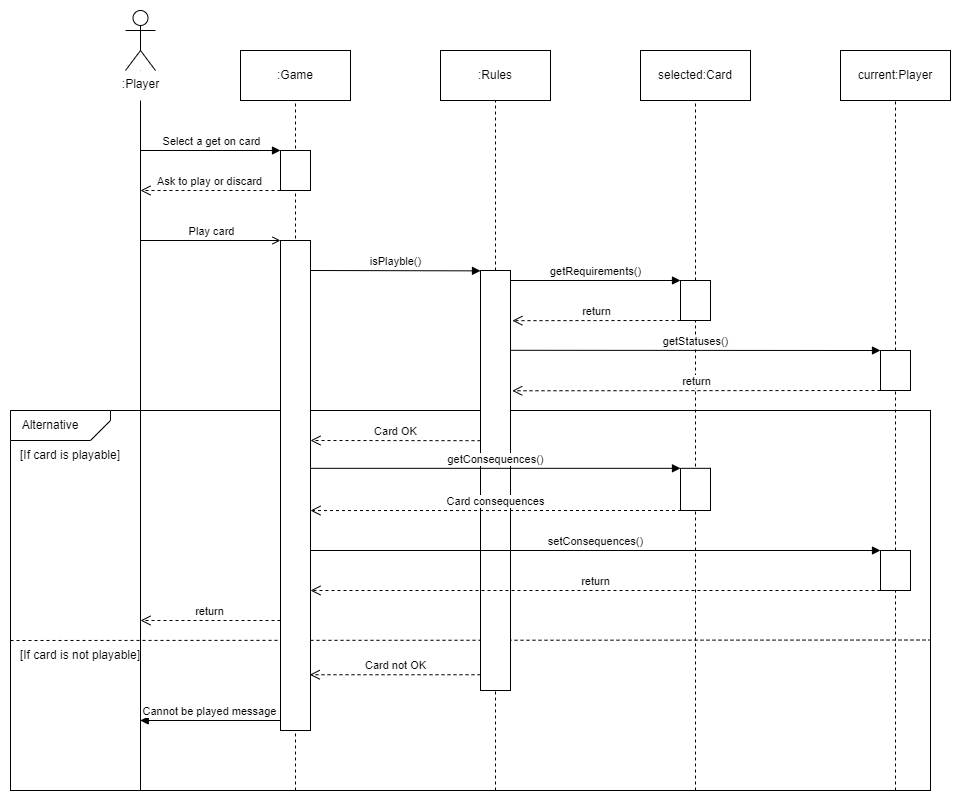
gabrieletijunaityte/GetOnGame keeps this draw.io diagram as GetOn/documentation/SequenceDiagram/PlayGetOnCard_SequenceDiagram.png. Above is the earlier version. Source tidied: cells renumbered, new cells last; positions are measured from the earlier drawing's top-left corner, leaving out a move shared by most shapes.
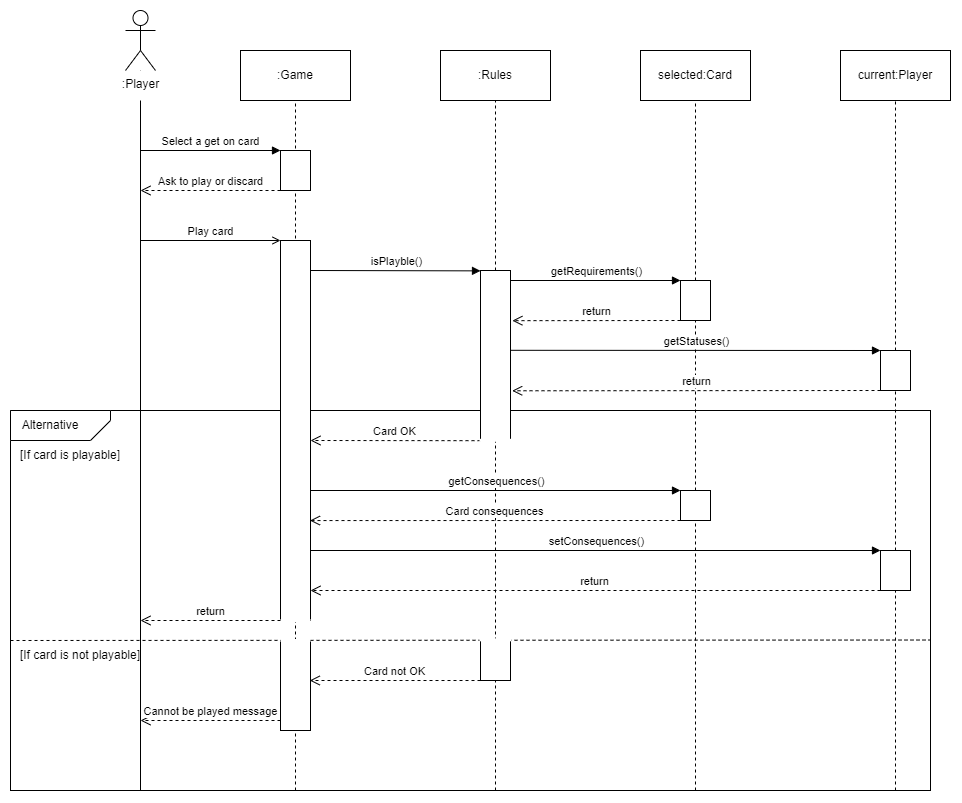
The same diagram one commit later.

Commit message:
YM LM changed sequence diagram of the GetOn card.

Diff of the diagram source:
```diff
@@ -5,9 +5,10 @@
     <mxCell id="2" style="rounded=0;whiteSpace=wrap;html=1;" parent="1" vertex="1">
       <mxGeometry y="400" width="920" height="380" as="geometry" />
     </mxCell>
-    <mxCell id="3" style="endArrow=none;dashed=1;html=1;rounded=0;exitX=0;exitY=0.5;exitDx=0;exitDy=0;entryX=0.999;entryY=0.604;entryDx=0;entryDy=0;entryPerimeter=0;" parent="1" edge="1" target="2">
+    <mxCell id="3" style="endArrow=none;dashed=1;html=1;rounded=0;exitX=0;exitY=0.5;exitDx=0;exitDy=0;entryX=0.999;entryY=0.604;entryDx=0;entryDy=0;entryPerimeter=0;" parent="1" edge="1">
       <mxGeometry relative="1" as="geometry">
         <mxPoint y="630" as="sourcePoint" />
+        <mxPoint x="919.1" y="629.5" as="targetPoint" />
       </mxGeometry>
     </mxCell>
     <mxCell id="4" style="endArrow=none;html=1;rounded=0;" parent="1" edge="1" source="6">
@@ -61,7 +62,7 @@
       </mxGeometry>
     </mxCell>
     <mxCell id="16" style="rounded=0;whiteSpace=wrap;html=1;" parent="1" vertex="1">
-      <mxGeometry x="270" y="230" width="30" height="490" as="geometry" />
+      <mxGeometry x="270" y="230" width="30" height="380" as="geometry" />
     </mxCell>
     <mxCell id="17" style="verticalLabelPosition=bottom;verticalAlign=top;html=1;shape=card;whiteSpace=wrap;size=20;arcSize=12;rotation=-180;" parent="1" vertex="1">
       <mxGeometry y="400" width="100" height="30" as="geometry" />
@@ -75,7 +76,7 @@
       </mxGeometry>
     </mxCell>
     <mxCell id="20" style="rounded=0;whiteSpace=wrap;html=1;" parent="1" vertex="1">
-      <mxGeometry x="470" y="260" width="30" height="420" as="geometry" />
+      <mxGeometry x="470" y="260" width="30" height="170" as="geometry" />
     </mxCell>
     <mxCell id="21" value="isPlayble()" style="html=1;verticalAlign=bottom;endArrow=block;curved=0;rounded=0;entryX=0;entryY=0.5;entryDx=0;entryDy=0;" parent="1" edge="1">
       <mxGeometry relative="1" as="geometry">
@@ -118,11 +119,12 @@
       </mxGeometry>
     </mxCell>
     <mxCell id="30" style="rounded=0;whiteSpace=wrap;html=1;" parent="1" vertex="1">
-      <mxGeometry x="670" y="457.8" width="30" height="42.2" as="geometry" />
+      <mxGeometry x="670" y="480" width="30" height="30" as="geometry" />
     </mxCell>
-    <mxCell id="31" value="getConsequences()" style="html=1;verticalAlign=bottom;endArrow=block;curved=0;rounded=0;entryX=0;entryY=0;entryDx=0;entryDy=0;labelBackgroundColor=default;" parent="1" edge="1" target="30">
+    <mxCell id="31" value="getConsequences()" style="html=1;verticalAlign=bottom;endArrow=block;curved=0;rounded=0;entryX=0;entryY=0;entryDx=0;entryDy=0;labelBackgroundColor=default;" parent="1" edge="1">
       <mxGeometry relative="1" as="geometry">
-        <mxPoint x="300" y="457.8" as="sourcePoint" />
+        <mxPoint x="300" y="480" as="sourcePoint" />
+        <mxPoint x="670" y="480" as="targetPoint" />
       </mxGeometry>
     </mxCell>
     <mxCell id="32" value="setConsequences()" style="html=1;verticalAlign=bottom;endArrow=block;curved=0;rounded=0;entryX=0;entryY=0;entryDx=0;entryDy=0;" parent="1" edge="1" target="34">
@@ -140,8 +142,8 @@
     </mxCell>
     <mxCell id="35" value="Card consequences" style="html=1;verticalAlign=bottom;endArrow=open;dashed=1;endSize=8;curved=0;rounded=0;exitX=0;exitY=1;exitDx=0;exitDy=0;entryX=0.983;entryY=0.471;entryDx=0;entryDy=0;entryPerimeter=0;" parent="1" edge="1">
       <mxGeometry relative="1" as="geometry">
-        <mxPoint x="670.5" y="500" as="sourcePoint" />
-        <mxPoint x="300" y="500.1" as="targetPoint" />
+        <mxPoint x="670" y="510" as="sourcePoint" />
+        <mxPoint x="299.5" y="510.1" as="targetPoint" />
       </mxGeometry>
     </mxCell>
     <mxCell id="36" value="return" style="html=1;verticalAlign=bottom;endArrow=open;dashed=1;endSize=8;curved=0;rounded=0;exitX=0;exitY=1;exitDx=0;exitDy=0;" parent="1" edge="1">
@@ -161,16 +163,10 @@
     </mxCell>
     <mxCell id="39" value="Card not OK" style="html=1;verticalAlign=bottom;endArrow=open;dashed=1;endSize=8;curved=0;rounded=0;exitX=0;exitY=0.951;exitDx=0;exitDy=0;exitPerimeter=0;entryX=0.975;entryY=0.889;entryDx=0;entryDy=0;entryPerimeter=0;" parent="1" edge="1">
       <mxGeometry relative="1" as="geometry">
-        <mxPoint x="470" y="664.2" as="sourcePoint" />
-        <mxPoint x="299.2" y="664.2" as="targetPoint" />
+        <mxPoint x="470" y="670" as="sourcePoint" />
+        <mxPoint x="299.2" y="670" as="targetPoint" />
       </mxGeometry>
     </mxCell>
-    <mxCell id="40" value="Cannot be played message" style="html=1;verticalAlign=bottom;endArrow=block;curved=0;rounded=0;exitX=0.008;exitY=0.918;exitDx=0;exitDy=0;exitPerimeter=0;" parent="1" edge="1">
-      <mxGeometry relative="1" as="geometry">
-        <mxPoint x="270" y="710" as="sourcePoint" />
-        <mxPoint x="129.8" y="710" as="targetPoint" />
-      </mxGeometry>
-    </mxCell>
     <mxCell id="41" value="return" style="html=1;verticalAlign=bottom;endArrow=open;dashed=1;endSize=8;curved=0;rounded=0;exitX=0;exitY=1;exitDx=0;exitDy=0;entryX=1.056;entryY=0.211;entryDx=0;entryDy=0;entryPerimeter=0;" parent="1" edge="1" source="28">
       <mxGeometry relative="1" as="geometry">
         <mxPoint x="501.7" y="380.3" as="targetPoint" />
@@ -185,5 +181,40 @@
     <mxCell id="44" value="current:Player" style="html=1;whiteSpace=wrap;" parent="1" vertex="1">
       <mxGeometry x="830" y="40" width="110" height="50" as="geometry" />
     </mxCell>
+    <mxCell id="40" value="Cannot be played message" style="html=1;verticalAlign=bottom;endArrow=open;dashed=1;endSize=8;curved=0;rounded=0;exitX=0;exitY=1;exitDx=0;exitDy=0;" parent="1" edge="1">
+      <mxGeometry relative="1" as="geometry">
+        <mxPoint x="270" y="710" as="sourcePoint" />
+        <mxPoint x="130" y="710" as="targetPoint" />
+      </mxGeometry>
+    </mxCell>
+    <mxCell id="45" style="endArrow=none;html=1;rounded=0;entryX=1;entryY=1;entryDx=0;entryDy=0;strokeColor=#FFFFFF;strokeWidth=3;" parent="1" edge="1">
+      <mxGeometry relative="1" as="geometry">
+        <mxPoint x="469" y="429.8" as="sourcePoint" />
+        <mxPoint x="505" y="429.8" as="targetPoint" />
+      </mxGeometry>
+    </mxCell>
+    <mxCell id="46" style="rounded=0;whiteSpace=wrap;html=1;" parent="1" vertex="1">
+      <mxGeometry x="470" y="630" width="30" height="40" as="geometry" />
+    </mxCell>
+    <mxCell id="47" style="endArrow=none;html=1;rounded=0;exitX=0;exitY=1;exitDx=0;exitDy=0;entryX=1;entryY=1;entryDx=0;entryDy=0;strokeColor=#FFFFFF;strokeWidth=3;" parent="1" edge="1">
+      <mxGeometry relative="1" as="geometry">
+        <mxPoint x="469" y="629.3" as="sourcePoint" />
+        <mxPoint x="501" y="629.3" as="targetPoint" />
+      </mxGeometry>
+    </mxCell>
+    <mxCell id="48" style="rounded=0;whiteSpace=wrap;html=1;" parent="1" vertex="1">
+      <mxGeometry x="270" y="630" width="30" height="90" as="geometry" />
+    </mxCell>
+    <mxCell id="49" style="endArrow=none;html=1;rounded=0;strokeColor=#FFFFFF;strokeWidth=3;entryX=1;entryY=0;entryDx=0;entryDy=0;" parent="1" edge="1" target="48">
+      <mxGeometry relative="1" as="geometry">
+        <mxPoint x="270" y="630" as="sourcePoint" />
+      </mxGeometry>
+    </mxCell>
+    <mxCell id="50" style="endArrow=none;html=1;rounded=0;strokeColor=#FFFFFF;strokeWidth=3;entryX=1;entryY=0;entryDx=0;entryDy=0;" parent="1" edge="1">
+      <mxGeometry relative="1" as="geometry">
+        <mxPoint x="270" y="610" as="sourcePoint" />
+        <mxPoint x="300" y="610" as="targetPoint" />
+      </mxGeometry>
+    </mxCell>
   </root>
 </mxGraphModel>
```
